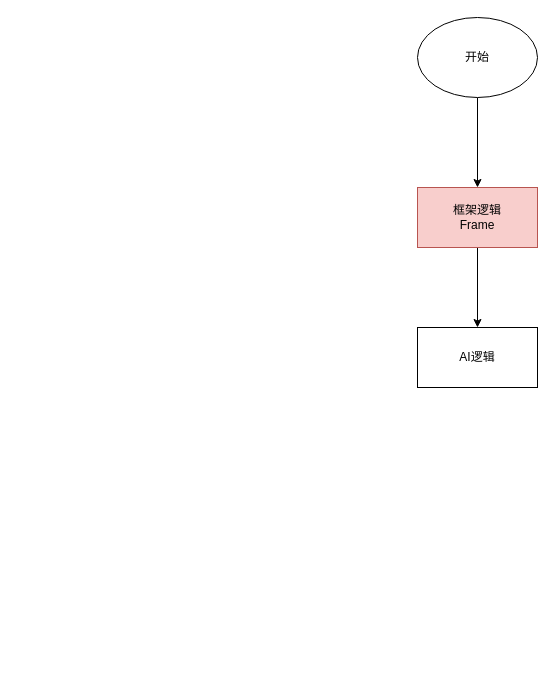
Before: projectFlowChart/index.dio in Ureimu/manual-screeps, a draw.io diagram. Source tidied: cells renumbered, new cells numbered last; positions are measured from the earlier drawing's top-left corner, leaving out a move shared by most shapes. Both pictures are drawn from the tidied source at 100%, with x=0, y=0 at pixel (417, 17).
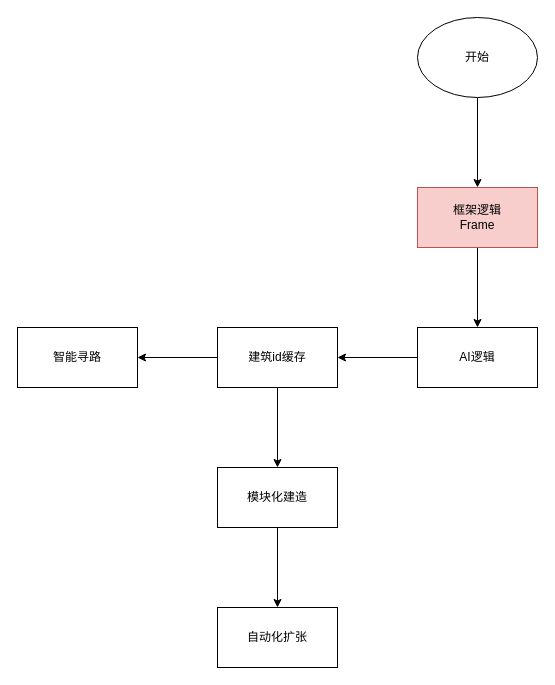
After the change.

Change to the diagram source:
```diff
@@
 <mxGraphModel>
   <root>
     <mxCell id="0" />
     <mxCell id="1" parent="0" />
     <mxCell id="2" style="edgeStyle=orthogonalEdgeStyle;rounded=0;jettySize=auto;html=1;" parent="1" edge="1" source="3" target="5">
       <mxGeometry relative="1" as="geometry" />
     </mxCell>
     <mxCell id="3" value="开始" style="ellipse;whiteSpace=wrap;html=1;" parent="1" vertex="1">
       <mxGeometry width="120" height="80" as="geometry" />
     </mxCell>
     <mxCell id="4" style="edgeStyle=orthogonalEdgeStyle;rounded=0;jettySize=auto;html=1;" parent="1" edge="1" source="5" target="6">
       <mxGeometry relative="1" as="geometry" />
     </mxCell>
     <mxCell id="5" value="框架逻辑&lt;br&gt;Frame" style="whiteSpace=wrap;html=1;fillColor=#f8cecc;strokeColor=#b85450;" parent="1" vertex="1">
       <mxGeometry y="170" width="120" height="60" as="geometry" />
     </mxCell>
+    <mxCell id="7" style="edgeStyle=orthogonalEdgeStyle;rounded=0;jettySize=auto;html=1;" parent="1" edge="1" source="6" target="10">
+      <mxGeometry relative="1" as="geometry" />
+    </mxCell>
     <mxCell id="6" value="AI逻辑" style="whiteSpace=wrap;html=1;" parent="1" vertex="1">
       <mxGeometry y="310" width="120" height="60" as="geometry" />
     </mxCell>
+    <mxCell id="8" style="edgeStyle=orthogonalEdgeStyle;rounded=0;jettySize=auto;html=1;" parent="1" edge="1" source="10" target="11">
+      <mxGeometry relative="1" as="geometry" />
+    </mxCell>
+    <mxCell id="9" style="edgeStyle=orthogonalEdgeStyle;rounded=0;jettySize=auto;html=1;" parent="1" edge="1" source="10" target="13">
+      <mxGeometry relative="1" as="geometry" />
+    </mxCell>
+    <mxCell id="10" value="建筑id缓存" style="whiteSpace=wrap;html=1;" parent="1" vertex="1">
+      <mxGeometry x="-200" y="310" width="120" height="60" as="geometry" />
+    </mxCell>
+    <mxCell id="11" value="智能寻路" style="whiteSpace=wrap;html=1;" parent="1" vertex="1">
+      <mxGeometry x="-400" y="310" width="120" height="60" as="geometry" />
+    </mxCell>
+    <mxCell id="12" style="edgeStyle=orthogonalEdgeStyle;rounded=0;jettySize=auto;html=1;" parent="1" edge="1" source="13" target="14">
+      <mxGeometry relative="1" as="geometry" />
+    </mxCell>
+    <mxCell id="13" value="模块化建造" style="whiteSpace=wrap;html=1;" parent="1" vertex="1">
+      <mxGeometry x="-200" y="450" width="120" height="60" as="geometry" />
+    </mxCell>
+    <mxCell id="14" value="自动化扩张" style="whiteSpace=wrap;html=1;" parent="1" vertex="1">
+      <mxGeometry x="-200" y="590" width="120" height="60" as="geometry" />
+    </mxCell>
   </root>
 </mxGraphModel>
```
